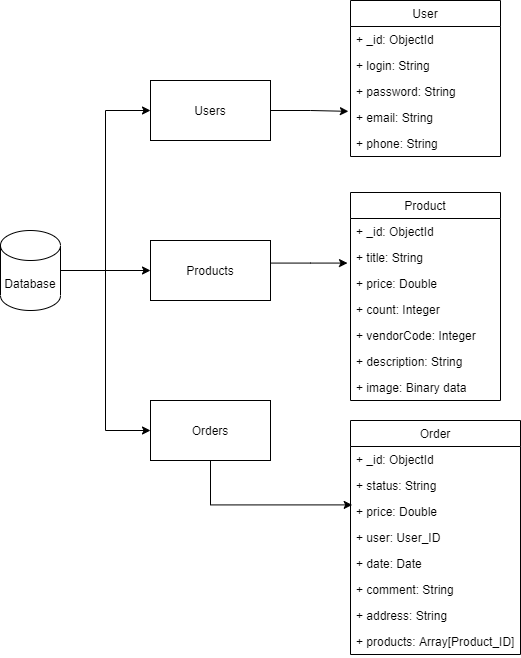
Above: NoSQLDataModel.png in moevm/nosql2h21-fisherman (draw.io), before the change. Source tidied: cells renumbered, new cells last; positions are measured from the earlier drawing's top-left corner, leaving out a move shared by most shapes.
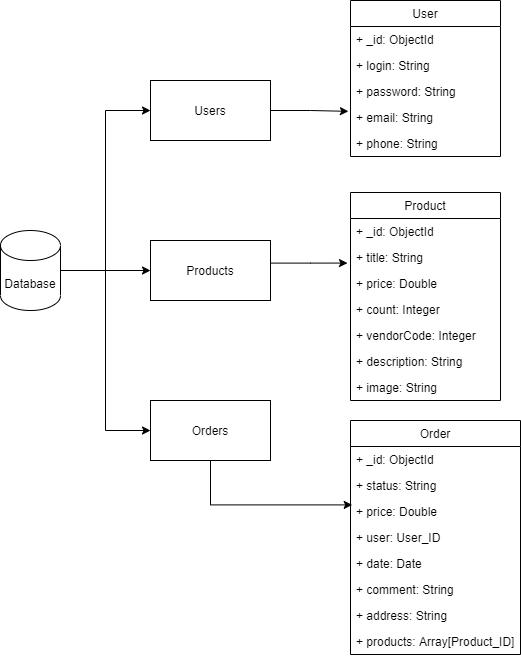
After the commit.

Diff of the diagram source:
```diff
@@ -75,7 +75,7 @@
     <mxCell id="24" value="+ description: String" style="text;strokeColor=none;fillColor=none;align=left;verticalAlign=top;spacingLeft=4;spacingRight=4;overflow=hidden;" parent="18" vertex="1">
       <mxGeometry y="156" width="150" height="26" as="geometry" />
     </mxCell>
-    <mxCell id="25" value="+ image: Binary data" style="text;strokeColor=none;fillColor=none;align=left;verticalAlign=top;spacingLeft=4;spacingRight=4;overflow=hidden;" parent="18" vertex="1">
+    <mxCell id="25" value="+ image: String" style="text;strokeColor=none;fillColor=none;align=left;verticalAlign=top;spacingLeft=4;spacingRight=4;overflow=hidden;" parent="18" vertex="1">
       <mxGeometry y="182" width="150" height="26" as="geometry" />
     </mxCell>
     <mxCell id="26" value="Order" style="swimlane;fontStyle=0;horizontal=1;startSize=26;fillColor=none;" parent="1" vertex="1">
```
